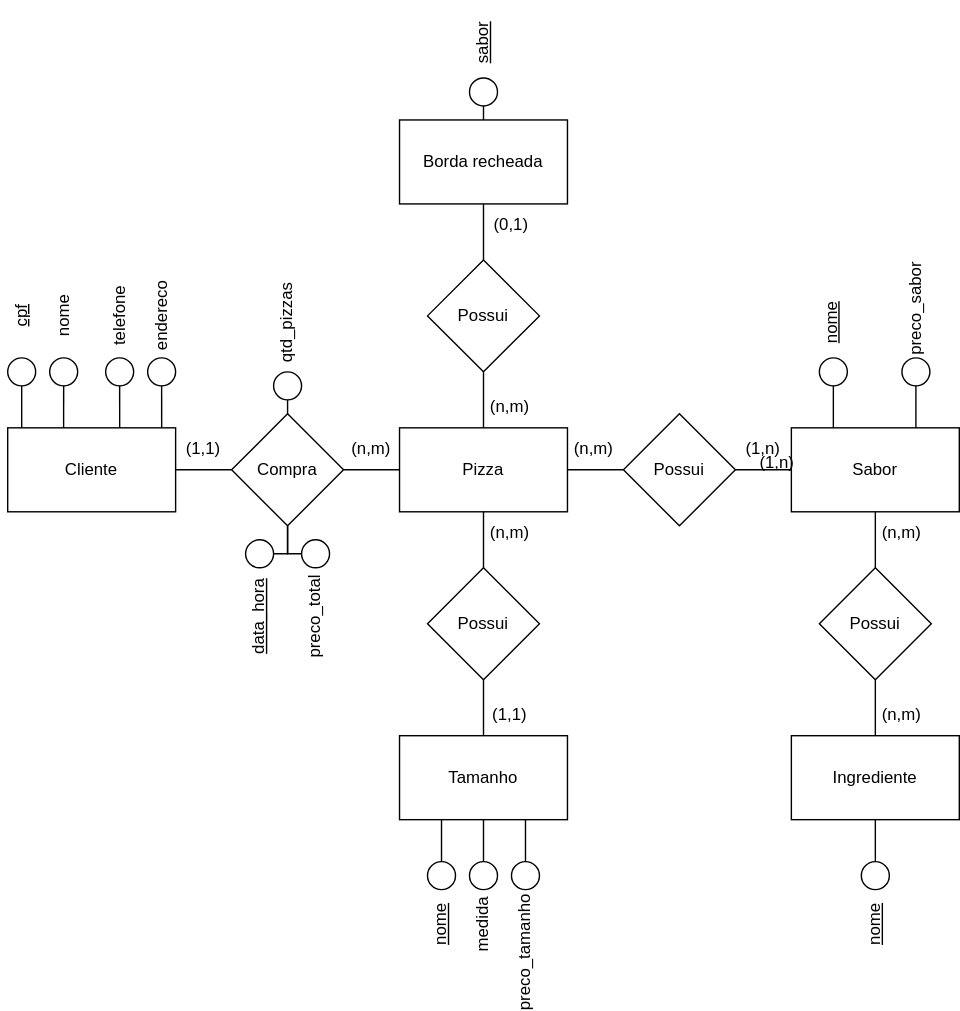
Before: Lista3_11-04/Ex2.svg, a diagram exported from draw.io (andreeeeeeeee/Engenharia_Software). Source tidied: cells renumbered, new cells last; positions are measured from the earlier drawing's top-left corner, leaving out a move shared by most shapes.
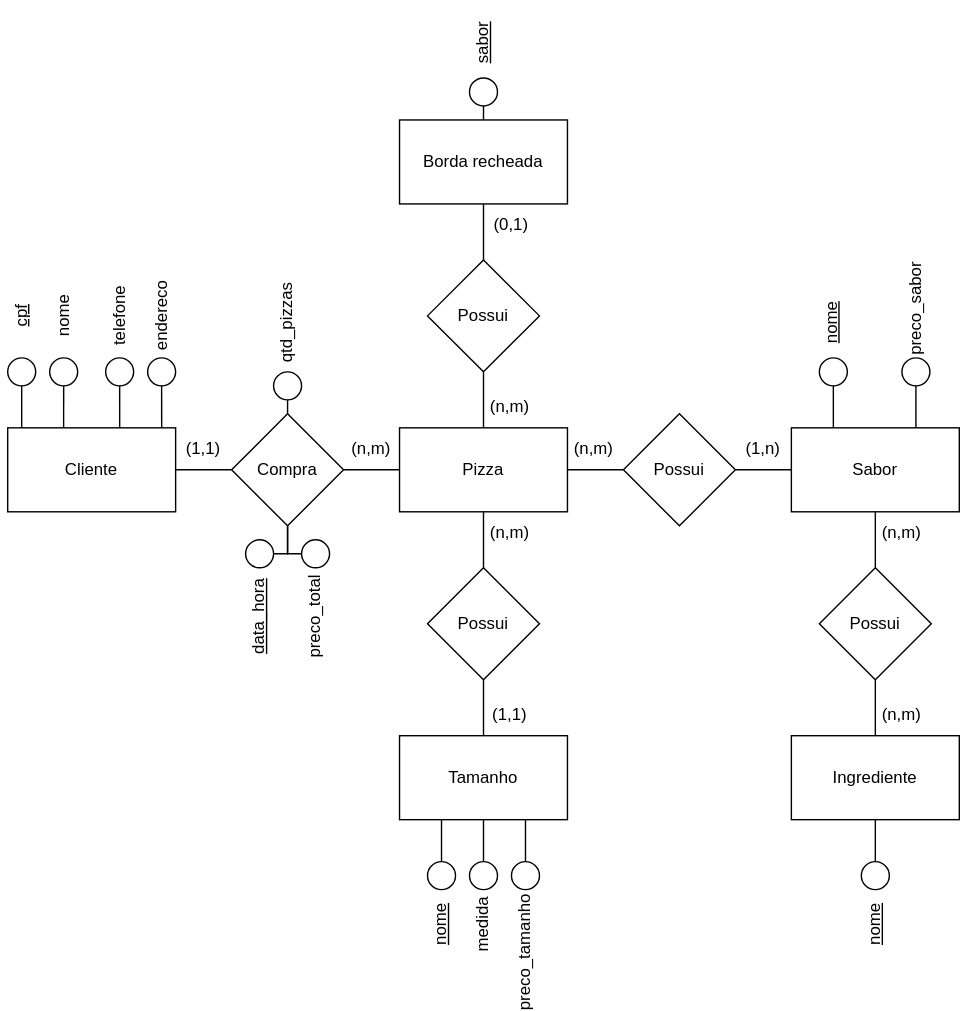
After the commit.

What changed in the source:
```diff
@@ -230,9 +230,6 @@
     <mxCell id="73" value="(1,n)" style="text;html=1;strokeColor=none;fillColor=none;align=center;verticalAlign=middle;whiteSpace=wrap;rounded=0;" parent="1" vertex="1">
       <mxGeometry x="530" y="290" width="60" height="30" as="geometry" />
     </mxCell>
-    <mxCell id="74" value="(1,n)" style="text;html=1;strokeColor=none;fillColor=none;align=center;verticalAlign=middle;whiteSpace=wrap;rounded=0;" parent="1" vertex="1">
-      <mxGeometry x="540" y="300" width="60" height="30" as="geometry" />
-    </mxCell>
     <mxCell id="75" value="(n,m)" style="text;html=1;strokeColor=none;fillColor=none;align=center;verticalAlign=middle;whiteSpace=wrap;rounded=0;" parent="1" vertex="1">
       <mxGeometry x="629" y="480" width="60" height="30" as="geometry" />
     </mxCell>
```
